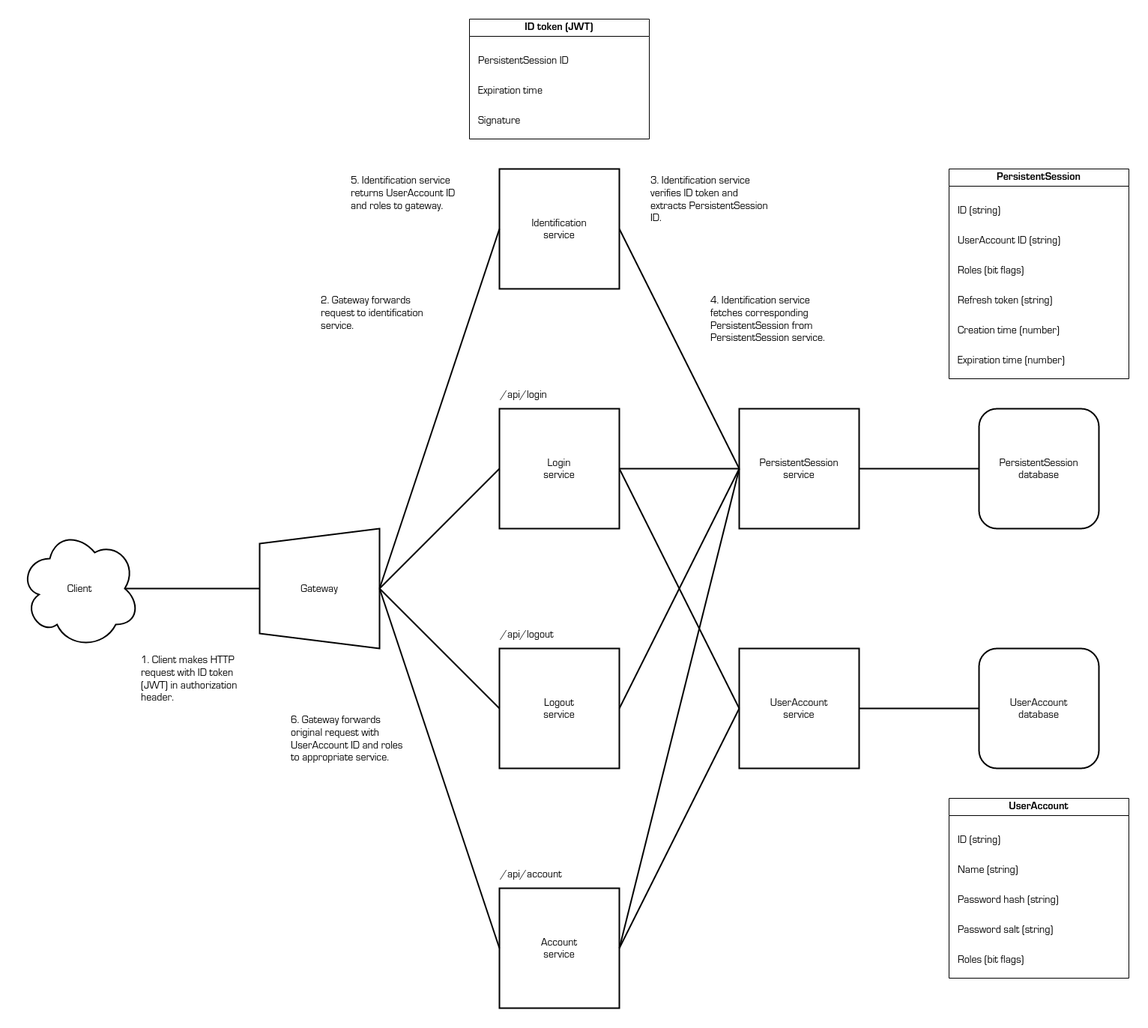
Before: docs/architecture.png, a diagram exported from draw.io (shinhugh/base). Source tidied: cells renumbered, new cells last; positions are measured from the earlier drawing's top-left corner, leaving out a move shared by most shapes.
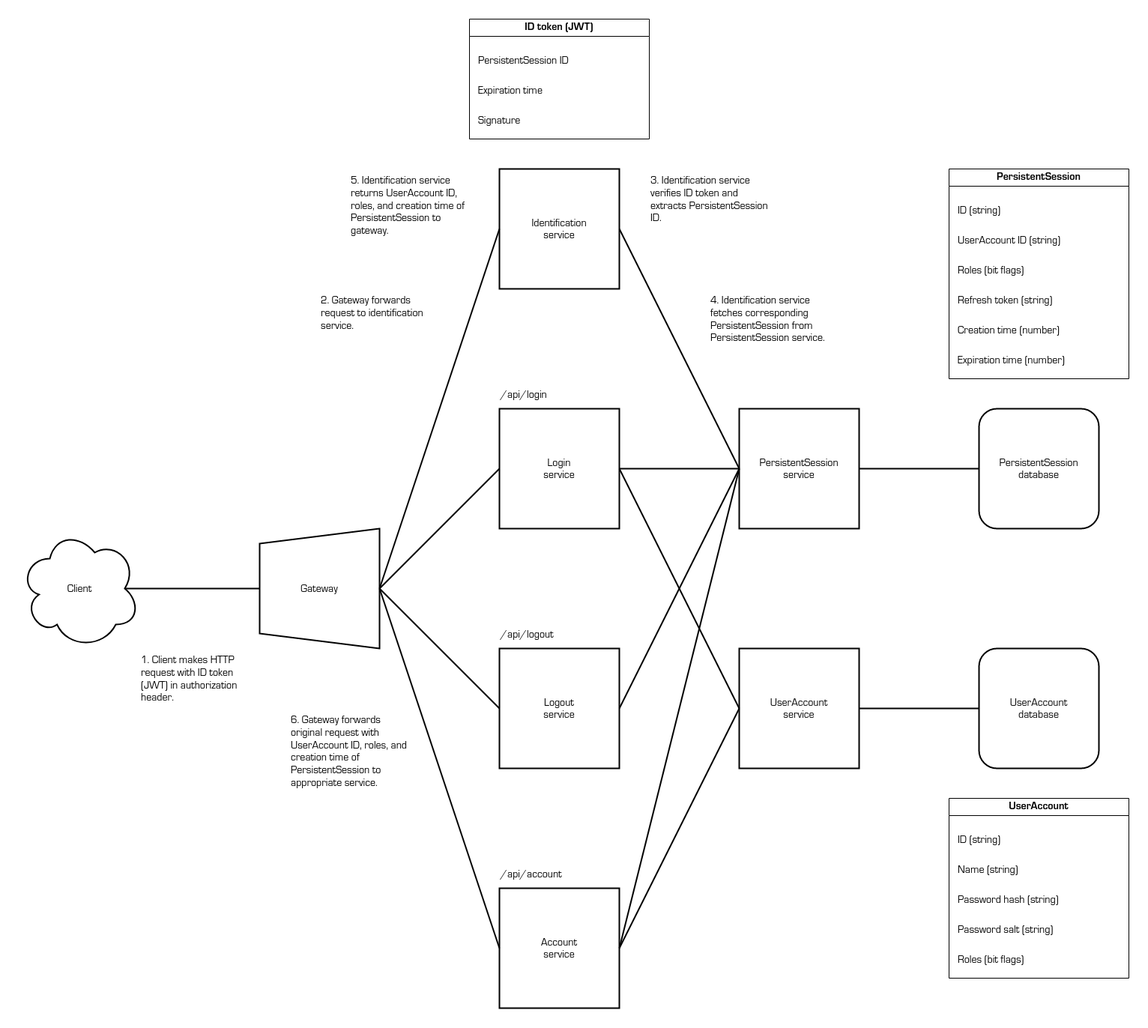
Above is the later version.

Commit message:
Update architecture diagrams

What changed in the source:
```diff
@@ -143,10 +143,10 @@
     <mxCell id="48" value="Roles (bit flags)" style="text;strokeColor=none;fillColor=none;align=left;verticalAlign=top;whiteSpace=wrap;rounded=0;fontFamily=Lucida Console;fontSize=14;" parent="43" vertex="1">
       <mxGeometry x="10" y="200" width="220" height="40" as="geometry" />
     </mxCell>
-    <mxCell id="49" value="5. Identification service returns UserAccount ID and roles to gateway." style="text;strokeColor=none;fillColor=none;align=left;verticalAlign=top;rounded=0;fontSize=14;fontFamily=Lucida Console;whiteSpace=wrap;" parent="1" vertex="1">
+    <mxCell id="49" value="5. Identification service returns UserAccount ID, roles, and creation time of PersistentSession to gateway." style="text;strokeColor=none;fillColor=none;align=left;verticalAlign=top;rounded=0;fontSize=14;fontFamily=Lucida Console;whiteSpace=wrap;" parent="1" vertex="1">
       <mxGeometry x="440" y="200" width="160" height="120" as="geometry" />
     </mxCell>
-    <mxCell id="50" value="6. Gateway forwards original request with UserAccount ID and roles to appropriate service." style="text;strokeColor=none;fillColor=none;align=left;verticalAlign=top;rounded=0;fontSize=14;fontFamily=Lucida Console;whiteSpace=wrap;" parent="1" vertex="1">
+    <mxCell id="50" value="6. Gateway forwards original request with UserAccount ID, roles, and creation time of PersistentSession to appropriate service." style="text;strokeColor=none;fillColor=none;align=left;verticalAlign=top;rounded=0;fontSize=14;fontFamily=Lucida Console;whiteSpace=wrap;" parent="1" vertex="1">
       <mxGeometry x="360" y="920" width="160" height="120" as="geometry" />
     </mxCell>
   </root>
```
